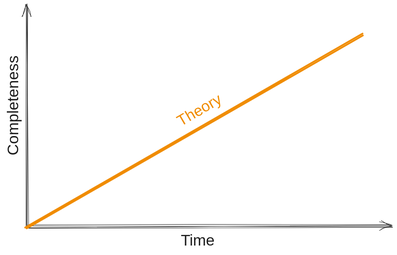
Above: images/2025/03/blog_content.excalidraw.svg in rmoff/rmoff.github.io (Excalidraw), before the change. Source tidied: one line per element, renumbered; positions are measured from the earlier drawing's top-left corner, leaving out a move shared by most shapes. The source it was exported from:
```json
{"id": 0, "type": "line", "strokeColor": "#1e1e1e", "strokeWidth": 1, "roughness": 2, "round": true, "x": 148, "y": 520, "width": 849, "height": 0, "points": [[0, 0], [849, 0]]}
{"id": 1, "type": "line", "strokeColor": "#1e1e1e", "strokeWidth": 1, "roughness": 2, "round": true, "x": 146, "y": 5, "width": 0, "height": 518, "points": [[0, 0], [0, 518]]}
{"id": 2, "type": "arrow", "strokeColor": "#1e1e1e", "strokeWidth": 1, "roughness": 2, "endArrowhead": "arrow", "round": true, "x": 145, "y": 522, "width": 0, "height": 522, "points": [[0, 0], [0, -522]]}
{"id": 3, "type": "arrow", "strokeColor": "#1e1e1e", "strokeWidth": 1, "roughness": 2, "endArrowhead": "arrow", "round": true, "x": 146, "y": 522, "width": 856, "height": 0, "points": [[0, 0], [856, 0]]}
{"id": 4, "type": "text", "text": "Time", "strokeColor": "#1e1e1e", "strokeWidth": 1, "roughness": 2, "fontSize": 36, "fontFamily": 1, "x": 505, "y": 532, "width": 79, "height": 45}
{"id": 5, "type": "text", "text": "Completeness", "strokeColor": "#1e1e1e", "angle": 4.71, "strokeWidth": 1, "roughness": 2, "fontSize": 36, "fontFamily": 1, "x": 0, "y": 217, "width": 228, "height": 45}
{"id": 6, "type": "line", "strokeColor": "#f08c00", "strokeWidth": 4, "roughness": 2, "round": true, "x": 144, "y": 524, "width": 784, "height": 453, "points": [[0, 0], [784, -453]]}
{"id": 7, "type": "text", "text": "Theory", "strokeColor": "#f08c00", "angle": 5.76, "strokeWidth": 4, "roughness": 2, "fontSize": 36, "fontFamily": 1, "x": 492, "y": 225, "width": 119, "height": 45}
```
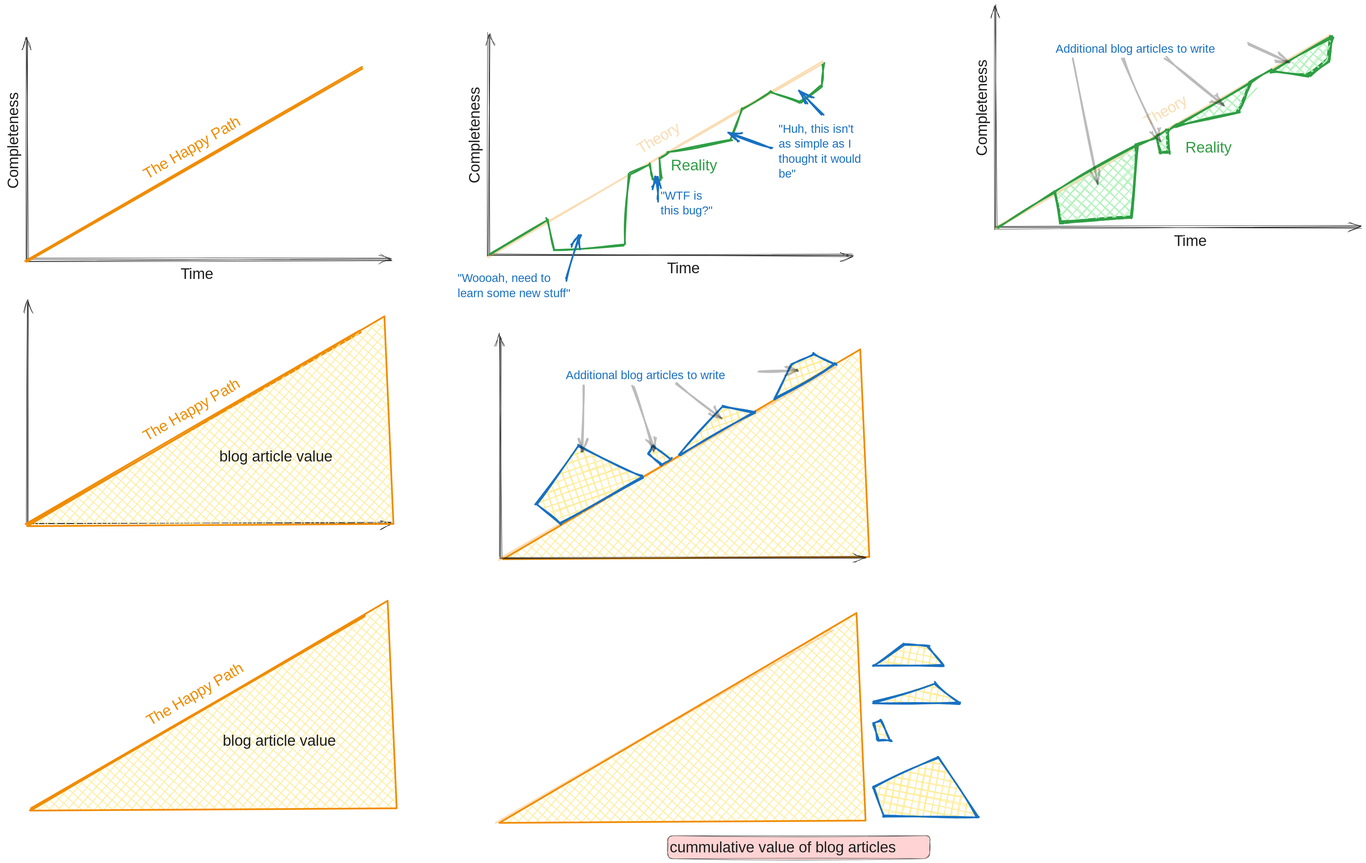
The same file after the commit.

Commit message:
deploy: rmoff/rmoff-blog@afee76126ae11084f46f890f5b1b1391207eb21e

What changed in the source:
```diff
@@ -1,3 +1,4 @@
+{"id": 8, "type": "line", "strokeColor": "#f08c00", "backgroundColor": "#ffec99", "fillStyle": "cross-hatch", "strokeWidth": 4, "roughness": 0, "x": 1261, "y": 1222, "width": 858, "height": 492, "points": [[0, 0], [858, -5], [837, -492], [0, 0]]}
 {"id": 0, "type": "line", "strokeColor": "#1e1e1e", "strokeWidth": 1, "roughness": 2, "round": true, "x": 148, "y": 520, "width": 849, "height": 0, "points": [[0, 0], [849, 0]]}
 {"id": 1, "type": "line", "strokeColor": "#1e1e1e", "strokeWidth": 1, "roughness": 2, "round": true, "x": 146, "y": 5, "width": 0, "height": 518, "points": [[0, 0], [0, 518]]}
 {"id": 2, "type": "arrow", "strokeColor": "#1e1e1e", "strokeWidth": 1, "roughness": 2, "endArrowhead": "arrow", "round": true, "x": 145, "y": 522, "width": 0, "height": 522, "points": [[0, 0], [0, -522]]}
@@ -5,4 +6,74 @@
 {"id": 4, "type": "text", "text": "Time", "strokeColor": "#1e1e1e", "strokeWidth": 1, "roughness": 2, "fontSize": 36, "fontFamily": 1, "x": 505, "y": 532, "width": 79, "height": 45}
 {"id": 5, "type": "text", "text": "Completeness", "strokeColor": "#1e1e1e", "angle": 4.71, "strokeWidth": 1, "roughness": 2, "fontSize": 36, "fontFamily": 1, "x": 0, "y": 217, "width": 228, "height": 45}
 {"id": 6, "type": "line", "strokeColor": "#f08c00", "strokeWidth": 4, "roughness": 2, "round": true, "x": 144, "y": 524, "width": 784, "height": 453, "points": [[0, 0], [784, -453]]}
-{"id": 7, "type": "text", "text": "Theory", "strokeColor": "#f08c00", "angle": 5.76, "strokeWidth": 4, "roughness": 2, "fontSize": 36, "fontFamily": 1, "x": 492, "y": 225, "width": 119, "height": 45}
+{"id": 7, "type": "text", "text": "The Happy Path", "strokeColor": "#f08c00", "angle": 5.76, "strokeWidth": 4, "roughness": 2, "fontSize": 36, "fontFamily": 1, "x": 403, "y": 229, "width": 285, "height": 45}
+{"id": 9, "type": "line", "strokeColor": "#1e1e1e", "strokeWidth": 1, "roughness": 2, "round": true, "x": 148, "y": 1137, "width": 849, "height": 0, "points": [[0, 0], [849, 0]]}
+{"id": 10, "type": "line", "strokeColor": "#1e1e1e", "strokeWidth": 1, "roughness": 2, "round": true, "x": 147, "y": 621, "width": 0, "height": 518, "points": [[0, 0], [0, 518]]}
+{"id": 11, "type": "arrow", "strokeColor": "#1e1e1e", "strokeWidth": 1, "roughness": 2, "endArrowhead": "arrow", "round": true, "x": 146, "y": 1139, "width": 0, "height": 522, "points": [[0, 0], [0, -522]]}
+{"id": 12, "type": "arrow", "strokeColor": "#1e1e1e", "strokeWidth": 1, "roughness": 2, "endArrowhead": "arrow", "round": true, "x": 146, "y": 1139, "width": 856, "height": 0, "points": [[0, 0], [856, 0]]}
+{"id": 13, "type": "line", "strokeColor": "#f08c00", "strokeWidth": 4, "roughness": 2, "round": true, "x": 145, "y": 1141, "width": 784, "height": 453, "points": [[0, 0], [784, -453]]}
+{"id": 14, "type": "text", "text": "The Happy Path", "strokeColor": "#f08c00", "angle": 5.76, "strokeWidth": 4, "roughness": 2, "fontSize": 36, "fontFamily": 1, "x": 401, "y": 843, "width": 285, "height": 45}
+{"id": 15, "type": "line", "strokeColor": "#f08c00", "backgroundColor": "#ffec99", "fillStyle": "cross-hatch", "strokeWidth": 4, "roughness": 0, "x": 146, "y": 1144, "width": 858, "height": 492, "points": [[0, 0], [858, -5], [837, -492], [0, 0]]}
+{"id": 16, "type": "text", "text": "blog article value", "strokeColor": "#1e1e1e", "backgroundColor": "#ffec99", "fillStyle": "cross-hatch", "strokeWidth": 4, "roughness": 0, "fontSize": 36, "fontFamily": 1, "x": 596, "y": 960, "width": 309, "height": 45}
+{"id": 17, "type": "line", "strokeColor": "#1e1e1e", "strokeWidth": 1, "roughness": 2, "round": true, "x": 1229, "y": 508, "width": 849, "height": 0, "points": [[0, 0], [849, 0]]}
+{"id": 18, "type": "line", "strokeColor": "#1e1e1e", "strokeWidth": 1, "roughness": 2, "round": true, "x": 1227, "y": -8, "width": 0, "height": 518, "points": [[0, 0], [0, 518]]}
+{"id": 19, "type": "arrow", "strokeColor": "#1e1e1e", "strokeWidth": 1, "roughness": 2, "endArrowhead": "arrow", "round": true, "x": 1226, "y": 510, "width": 0, "height": 522, "points": [[0, 0], [0, -522]]}
+{"id": 20, "type": "arrow", "strokeColor": "#1e1e1e", "strokeWidth": 1, "roughness": 2, "endArrowhead": "arrow", "round": true, "x": 1227, "y": 510, "width": 856, "height": 0, "points": [[0, 0], [856, 0]]}
+{"id": 21, "type": "text", "text": "Time", "strokeColor": "#1e1e1e", "strokeWidth": 1, "roughness": 2, "fontSize": 36, "fontFamily": 1, "x": 1645, "y": 519, "width": 79, "height": 45}
+{"id": 22, "type": "text", "text": "Completeness", "strokeColor": "#1e1e1e", "angle": 4.71, "strokeWidth": 1, "roughness": 2, "fontSize": 36, "fontFamily": 1, "x": 1081, "y": 204, "width": 228, "height": 45}
+{"id": 23, "type": "line", "strokeColor": "#f08c00", "strokeWidth": 4, "roughness": 2, "opacity": 30, "round": true, "x": 1226, "y": 512, "width": 784, "height": 453, "points": [[0, 0], [784, -453]]}
+{"id": 24, "type": "text", "text": "Theory", "strokeColor": "#f08c00", "angle": 5.76, "strokeWidth": 4, "roughness": 2, "opacity": 30, "fontSize": 36, "fontFamily": 1, "x": 1570, "y": 211, "width": 119, "height": 45}
+{"id": 25, "type": "line", "strokeColor": "#2f9e44", "backgroundColor": "#ffec99", "fillStyle": "cross-hatch", "strokeWidth": 4, "roughness": 2, "x": 1229, "y": 509, "width": 783, "height": 450, "points": [[0, 0], [136, -84], [151, -10], [316, -23], [328, -192], [375, -213], [382, -177], [401, -177], [398, -226], [419, -239], [566, -272], [593, -341], [655, -380], [729, -359], [777, -393], [783, -450]]}
+{"id": 26, "type": "text", "text": "Reality", "strokeColor": "#2f9e44", "backgroundColor": "#ffec99", "fillStyle": "cross-hatch", "strokeWidth": 4, "roughness": 2, "fontSize": 36, "fontFamily": 1, "x": 1654, "y": 278, "width": 123, "height": 45}
+{"id": 27, "type": "text", "text": "\"Woooah, need to\nlearn some new stuff\"", "strokeColor": "#1971c2", "backgroundColor": "#ffec99", "fillStyle": "cross-hatch", "strokeWidth": 4, "roughness": 2, "fontSize": 28, "fontFamily": 1, "x": 1154, "y": 547, "width": 301, "height": 70}
+{"id": 28, "type": "text", "text": "\"WTF is\nthis bug?\"", "strokeColor": "#1971c2", "backgroundColor": "#ffec99", "fillStyle": "cross-hatch", "strokeWidth": 4, "roughness": 2, "fontSize": 28, "fontFamily": 1, "x": 1630, "y": 353, "width": 131, "height": 70}
+{"id": 29, "type": "text", "text": "\"Huh, this isn't\nas simple as I\nthought it would\nbe\"", "strokeColor": "#1971c2", "backgroundColor": "#ffec99", "fillStyle": "cross-hatch", "strokeWidth": 4, "roughness": 2, "fontSize": 28, "fontFamily": 1, "x": 1907, "y": 197, "width": 226, "height": 140}
+{"id": 30, "type": "arrow", "strokeColor": "#1971c2", "backgroundColor": "#ffec99", "fillStyle": "cross-hatch", "strokeWidth": 4, "roughness": 2, "endArrowhead": "arrow", "x": 1409, "y": 566, "width": 31, "height": 104, "points": [[0, 0], [31, -104]]}
+{"id": 31, "type": "arrow", "strokeColor": "#1971c2", "backgroundColor": "#ffec99", "fillStyle": "cross-hatch", "strokeWidth": 4, "roughness": 2, "endArrowhead": "arrow", "from": 28, "x": 1625, "y": 382, "width": 6, "height": 58, "points": [[0, 0], [-6, -58]]}
+{"id": 32, "type": "arrow", "strokeColor": "#1971c2", "backgroundColor": "#ffec99", "fillStyle": "cross-hatch", "strokeWidth": 4, "roughness": 2, "endArrowhead": "arrow", "from": 29, "x": 1891, "y": 260, "width": 100, "height": 35, "points": [[0, 0], [-100, -35]]}
+{"id": 33, "type": "arrow", "strokeColor": "#1971c2", "backgroundColor": "#ffec99", "fillStyle": "cross-hatch", "strokeWidth": 4, "roughness": 2, "endArrowhead": "arrow", "from": 29, "x": 2008, "y": 181, "width": 50, "height": 55, "points": [[0, 0], [-50, -55]]}
+{"id": 34, "type": "line", "strokeColor": "#1e1e1e", "strokeWidth": 1, "roughness": 2, "round": true, "x": 1257, "y": 1217, "width": 849, "height": 0, "points": [[0, 0], [849, 0]]}
+{"id": 35, "type": "line", "strokeColor": "#1e1e1e", "strokeWidth": 1, "roughness": 2, "round": true, "x": 1256, "y": 701, "width": 0, "height": 518, "points": [[0, 0], [0, 518]]}
+{"id": 36, "type": "arrow", "strokeColor": "#1e1e1e", "strokeWidth": 1, "roughness": 2, "endArrowhead": "arrow", "round": true, "x": 1255, "y": 1219, "width": 0, "height": 522, "points": [[0, 0], [0, -522]]}
+{"id": 37, "type": "arrow", "strokeColor": "#1e1e1e", "strokeWidth": 1, "roughness": 2, "endArrowhead": "arrow", "round": true, "x": 1255, "y": 1219, "width": 856, "height": 0, "points": [[0, 0], [856, 0]]}
+{"id": 38, "type": "line", "strokeColor": "#f08c00", "strokeWidth": 4, "roughness": 2, "opacity": 30, "round": true, "x": 1255, "y": 1221, "width": 784, "height": 453, "points": [[0, 0], [784, -453]]}
+{"id": 39, "type": "line", "strokeColor": "#1971c2", "angle": 5.24, "backgroundColor": "#ffec99", "fillStyle": "cross-hatch", "strokeWidth": 4, "roughness": 2, "x": 1365, "y": 1047, "width": 191, "height": 183, "points": [[0, 0], [12, -71], [180, -57], [191, 112], [0, 0]]}
+{"id": 40, "type": "line", "strokeColor": "#1971c2", "angle": 5.24, "backgroundColor": "#ffec99", "fillStyle": "cross-hatch", "strokeWidth": 4, "roughness": 2, "x": 1613, "y": 993, "width": 28, "height": 54, "points": [[0, 0], [8, -37], [28, -36], [24, 16], [0, 3]]}
+{"id": 41, "type": "line", "strokeColor": "#1971c2", "angle": 5.24, "backgroundColor": "#ffec99", "fillStyle": "cross-hatch", "strokeWidth": 4, "roughness": 2, "x": 1675, "y": 875, "width": 175, "height": 103, "points": [[0, 0], [148, 32], [175, 103], [0, 0]]}
+{"id": 42, "type": "line", "strokeColor": "#1971c2", "angle": 5.24, "backgroundColor": "#ffec99", "fillStyle": "cross-hatch", "strokeWidth": 4, "roughness": 2, "x": 1894, "y": 767, "width": 143, "height": 92, "points": [[0, 0], [89, -9], [136, 25], [143, 83], [1, -1]]}
+{"id": 43, "type": "text", "text": "Additional blog articles to write", "strokeColor": "#1971c2", "backgroundColor": "#ffec99", "fillStyle": "cross-hatch", "strokeWidth": 4, "roughness": 2, "fontSize": 28, "fontFamily": 1, "x": 1407, "y": 774, "width": 442, "height": 35}
+{"id": 44, "type": "arrow", "strokeColor": "#1e1e1e", "backgroundColor": "#a5d8ff", "fillStyle": "cross-hatch", "strokeWidth": 4, "roughness": 2, "opacity": 30, "endArrowhead": "arrow", "from": 43, "x": 1449, "y": 815, "width": 3, "height": 152, "points": [[0, 0], [-3, 152]]}
+{"id": 45, "type": "arrow", "strokeColor": "#1e1e1e", "backgroundColor": "#a5d8ff", "fillStyle": "cross-hatch", "strokeWidth": 4, "roughness": 2, "opacity": 30, "endArrowhead": "arrow", "from": 43, "x": 1565, "y": 814, "width": 51, "height": 152, "points": [[0, 0], [51, 152]]}
+{"id": 46, "type": "arrow", "strokeColor": "#1e1e1e", "backgroundColor": "#a5d8ff", "fillStyle": "cross-hatch", "strokeWidth": 4, "roughness": 2, "opacity": 30, "endArrowhead": "arrow", "from": 43, "x": 1665, "y": 811, "width": 107, "height": 82, "points": [[0, 0], [107, 82]]}
+{"id": 47, "type": "arrow", "strokeColor": "#1e1e1e", "backgroundColor": "#a5d8ff", "fillStyle": "cross-hatch", "strokeWidth": 4, "roughness": 2, "opacity": 30, "endArrowhead": "arrow", "from": 43, "x": 1861, "y": 781, "width": 91, "height": 0, "points": [[0, 0], [91, 0]]}
+{"id": 48, "type": "rectangle", "strokeColor": "#1e1e1e", "backgroundColor": "#ffc9c9", "fillStyle": "solid", "strokeWidth": 1, "roughness": 2, "opacity": 80, "round": true, "x": 1646, "y": 1869, "width": 614, "height": 54}
+{"id": 49, "type": "text", "text": "cummulative value of blog articles", "strokeColor": "#1e1e1e", "backgroundColor": "#ffec99", "fillStyle": "cross-hatch", "strokeWidth": 4, "roughness": 0, "fontSize": 36, "fontFamily": 1, "x": 1651, "y": 1875, "width": 607, "height": 45}
+{"id": 50, "type": "line", "strokeColor": "#f08c00", "backgroundColor": "#ffec99", "fillStyle": "cross-hatch", "strokeWidth": 4, "roughness": 0, "x": 153, "y": 1811, "width": 858, "height": 492, "points": [[0, 0], [858, -5], [837, -492], [0, 0]]}
+{"id": 51, "type": "line", "strokeColor": "#f08c00", "strokeWidth": 4, "roughness": 2, "round": true, "x": 152, "y": 1807, "width": 784, "height": 453, "points": [[0, 0], [784, -453]]}
+{"id": 52, "type": "text", "text": "The Happy Path", "strokeColor": "#f08c00", "angle": 5.76, "strokeWidth": 4, "roughness": 2, "fontSize": 36, "fontFamily": 1, "x": 409, "y": 1509, "width": 285, "height": 45}
+{"id": 53, "type": "text", "text": "blog article value", "strokeColor": "#1e1e1e", "backgroundColor": "#ffec99", "fillStyle": "cross-hatch", "strokeWidth": 4, "roughness": 0, "fontSize": 36, "fontFamily": 1, "x": 604, "y": 1626, "width": 309, "height": 45}
+{"id": 54, "type": "line", "strokeColor": "#f08c00", "backgroundColor": "#ffec99", "fillStyle": "cross-hatch", "strokeWidth": 4, "roughness": 0, "x": 1252, "y": 1839, "width": 858, "height": 492, "points": [[0, 0], [858, -5], [837, -492], [0, 0]]}
+{"id": 55, "type": "line", "strokeColor": "#f08c00", "strokeWidth": 4, "roughness": 2, "opacity": 30, "round": true, "x": 1246, "y": 1839, "width": 784, "height": 453, "points": [[0, 0], [784, -453]]}
+{"id": 56, "type": "line", "strokeColor": "#1971c2", "angle": 5.76, "backgroundColor": "#ffec99", "fillStyle": "cross-hatch", "strokeWidth": 4, "roughness": 2, "x": 2150, "y": 1774, "width": 191, "height": 183, "points": [[0, 0], [12, -71], [180, -57], [191, 112], [0, 0]]}
+{"id": 57, "type": "line", "strokeColor": "#1971c2", "angle": 5.76, "backgroundColor": "#ffec99", "fillStyle": "cross-hatch", "strokeWidth": 4, "roughness": 2, "x": 2132, "y": 1638, "width": 28, "height": 54, "points": [[0, 0], [8, -37], [28, -36], [24, 16], [0, 3]]}
+{"id": 58, "type": "line", "strokeColor": "#1971c2", "angle": 5.76, "backgroundColor": "#ffec99", "fillStyle": "cross-hatch", "strokeWidth": 4, "roughness": 2, "x": 2141, "y": 1508, "width": 175, "height": 103, "points": [[0, 0], [148, 32], [175, 103], [0, 0]]}
+{"id": 59, "type": "line", "strokeColor": "#1971c2", "angle": 5.76, "backgroundColor": "#ffec99", "fillStyle": "cross-hatch", "strokeWidth": 4, "roughness": 2, "x": 2136, "y": 1431, "width": 143, "height": 92, "points": [[0, 0], [89, -9], [136, 25], [143, 83], [1, -1]]}
+{"id": 60, "type": "line", "strokeColor": "#1e1e1e", "strokeWidth": 1, "roughness": 2, "round": true, "x": 2417, "y": 444, "width": 849, "height": 0, "points": [[0, 0], [849, 0]]}
+{"id": 61, "type": "line", "strokeColor": "#1e1e1e", "strokeWidth": 1, "roughness": 2, "round": true, "x": 2416, "y": -72, "width": 0, "height": 518, "points": [[0, 0], [0, 518]]}
+{"id": 62, "type": "arrow", "strokeColor": "#1e1e1e", "strokeWidth": 1, "roughness": 2, "endArrowhead": "arrow", "round": true, "x": 2415, "y": 446, "width": 0, "height": 522, "points": [[0, 0], [0, -522]]}
+{"id": 63, "type": "arrow", "strokeColor": "#1e1e1e", "strokeWidth": 1, "roughness": 2, "endArrowhead": "arrow", "round": true, "x": 2415, "y": 446, "width": 856, "height": 0, "points": [[0, 0], [856, 0]]}
+{"id": 64, "type": "text", "text": "Time", "strokeColor": "#1e1e1e", "strokeWidth": 1, "roughness": 2, "fontSize": 36, "fontFamily": 1, "x": 2833, "y": 455, "width": 79, "height": 45}
+{"id": 65, "type": "text", "text": "Completeness", "strokeColor": "#1e1e1e", "angle": 4.71, "strokeWidth": 1, "roughness": 2, "fontSize": 36, "fontFamily": 1, "x": 2269, "y": 140, "width": 228, "height": 45}
+{"id": 66, "type": "line", "strokeColor": "#f08c00", "strokeWidth": 4, "roughness": 2, "opacity": 30, "round": true, "x": 2415, "y": 448, "width": 784, "height": 453, "points": [[0, 0], [784, -453]]}
+{"id": 67, "type": "text", "text": "Theory", "strokeColor": "#f08c00", "angle": 5.76, "strokeWidth": 4, "roughness": 2, "opacity": 30, "fontSize": 36, "fontFamily": 1, "x": 2758, "y": 147, "width": 119, "height": 45}
+{"id": 68, "type": "line", "strokeColor": "#2f9e44", "backgroundColor": "#ffec99", "fillStyle": "cross-hatch", "strokeWidth": 4, "roughness": 2, "x": 2417, "y": 445, "width": 783, "height": 450, "points": [[0, 0], [136, -84], [151, -10], [316, -23], [328, -192], [375, -213], [382, -177], [401, -177], [398, -226], [419, -239], [566, -272], [593, -341], [642, -367], [729, -359], [777, -393], [783, -450]]}
+{"id": 69, "type": "text", "text": "Reality", "strokeColor": "#2f9e44", "backgroundColor": "#ffec99", "fillStyle": "cross-hatch", "strokeWidth": 4, "roughness": 2, "fontSize": 36, "fontFamily": 1, "x": 2859, "y": 236, "width": 123, "height": 45}
+{"id": 70, "type": "line", "strokeColor": "#2f9e44", "angle": 0.01, "backgroundColor": "#b2f2bb", "fillStyle": "cross-hatch", "strokeWidth": 4, "roughness": 2, "x": 2555, "y": 362, "width": 191, "height": 183, "points": [[0, 0], [12, 71], [180, 57], [191, -112], [0, 0]]}
+{"id": 71, "type": "line", "strokeColor": "#2f9e44", "angle": 0.01, "backgroundColor": "#b2f2bb", "fillStyle": "cross-hatch", "strokeWidth": 4, "roughness": 2, "x": 2793, "y": 232, "width": 28, "height": 54, "points": [[0, 0], [8, 37], [28, 36], [24, -16], [0, -3]]}
+{"id": 72, "type": "line", "strokeColor": "#2f9e44", "angle": 0.01, "backgroundColor": "#b2f2bb", "fillStyle": "cross-hatch", "strokeWidth": 4, "roughness": 2, "x": 2838, "y": 208, "width": 175, "height": 103, "points": [[0, 0], [148, -32], [175, -103], [0, 0]]}
+{"id": 73, "type": "line", "strokeColor": "#2f9e44", "angle": 0.01, "backgroundColor": "#b2f2bb", "fillStyle": "cross-hatch", "strokeWidth": 4, "roughness": 2, "x": 3062, "y": 79, "width": 143, "height": 92, "points": [[0, 0], [89, 9], [136, -25], [143, -83], [1, 1]]}
+{"id": 74, "type": "text", "text": "Additional blog articles to write", "strokeColor": "#1971c2", "backgroundColor": "#ffec99", "fillStyle": "cross-hatch", "strokeWidth": 4, "roughness": 2, "fontSize": 28, "fontFamily": 1, "x": 2555, "y": 9, "width": 442, "height": 35}
+{"id": 75, "type": "arrow", "strokeColor": "#1e1e1e", "backgroundColor": "#a5d8ff", "fillStyle": "cross-hatch", "strokeWidth": 4, "roughness": 2, "opacity": 30, "endArrowhead": "arrow", "from": 74, "x": 2597, "y": 50, "width": 58, "height": 291, "points": [[0, 0], [58, 291]]}
+{"id": 76, "type": "arrow", "strokeColor": "#1e1e1e", "backgroundColor": "#a5d8ff", "fillStyle": "cross-hatch", "strokeWidth": 4, "roughness": 2, "opacity": 30, "endArrowhead": "arrow", "from": 74, "x": 2712, "y": 49, "width": 89, "height": 194, "points": [[0, 0], [89, 194]]}
+{"id": 77, "type": "arrow", "strokeColor": "#1e1e1e", "backgroundColor": "#a5d8ff", "fillStyle": "cross-hatch", "strokeWidth": 4, "roughness": 2, "opacity": 30, "endArrowhead": "arrow", "from": 74, "x": 2813, "y": 46, "width": 133, "height": 112, "points": [[0, 0], [133, 112]]}
+{"id": 78, "type": "arrow", "strokeColor": "#1e1e1e", "backgroundColor": "#a5d8ff", "fillStyle": "cross-hatch", "strokeWidth": 4, "roughness": 2, "opacity": 30, "endArrowhead": "arrow", "from": 74, "x": 3009, "y": 15, "width": 92, "height": 44, "points": [[0, 0], [92, 44]]}
```
